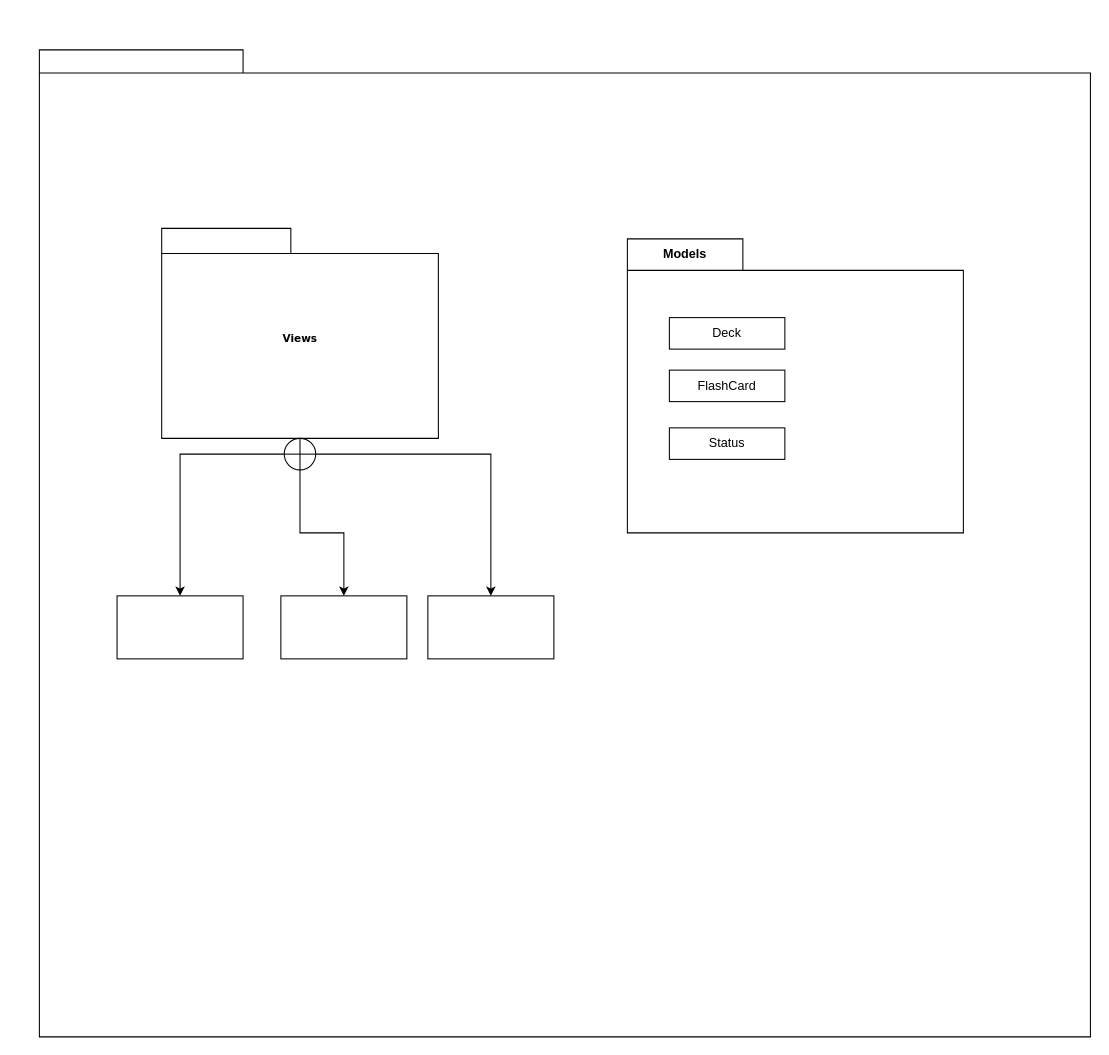
Above: package.drawio in wasimic311/uml (draw.io), before the change. Source tidied: cells renumbered, new cells numbered last; positions are measured from the earlier drawing's top-left corner, leaving out a move shared by most shapes. Both pictures are drawn from the tidied source at 105%, with x=0, y=0 at pixel (39, 49).
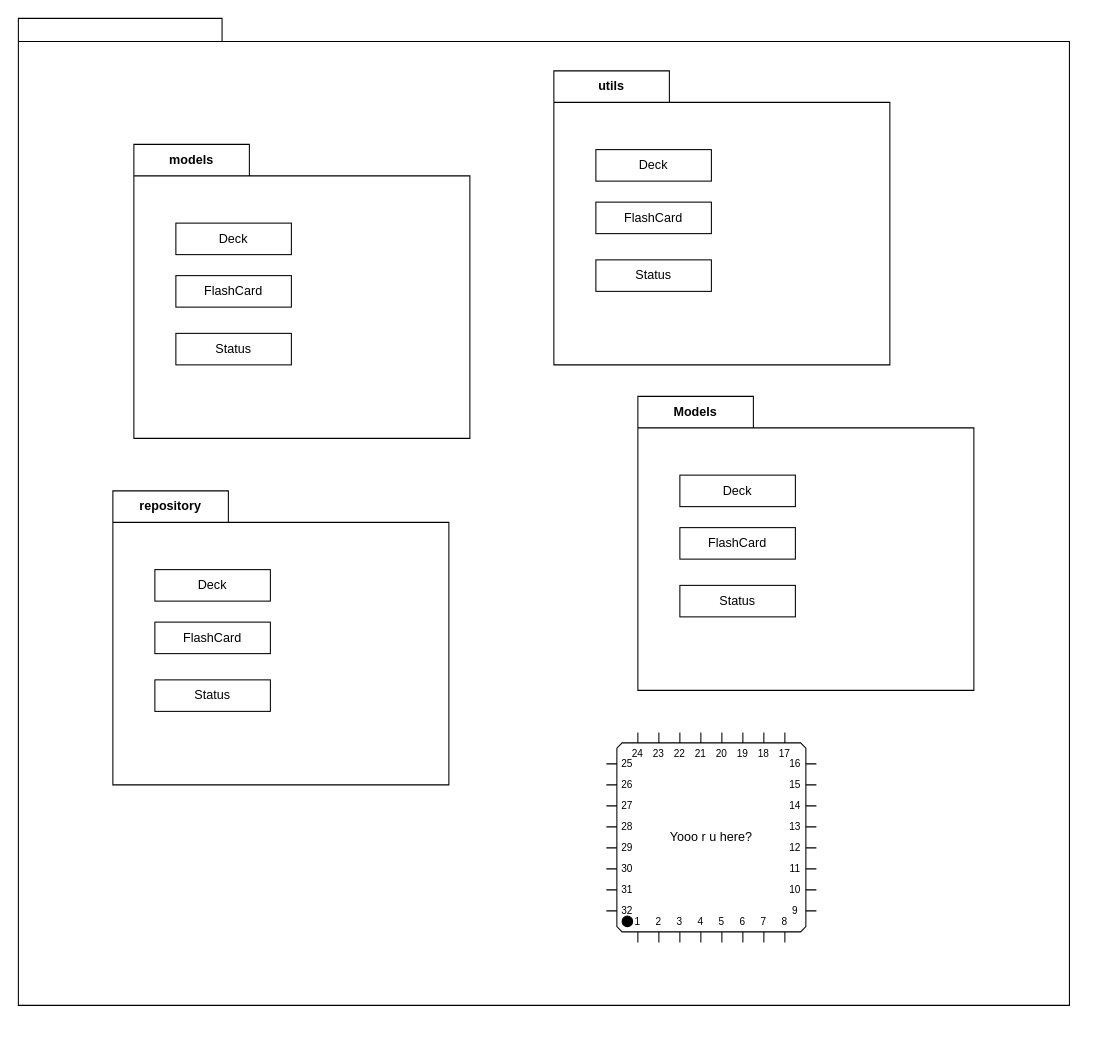
After the change.

What changed in the source:
```diff
@@
     <mxCell id="2" style="shape=folder;fontStyle=1;spacingTop=10;tabWidth=194;tabHeight=22;tabPosition=left;html=1;rounded=0;shadow=0;comic=0;labelBackgroundColor=none;strokeWidth=1;fillColor=none;fontFamily=Verdana;fontSize=10;align=center;" parent="1" vertex="1">
-      <mxGeometry width="1001" height="940" as="geometry" />
+      <mxGeometry x="-20" y="-30" width="1001" height="940" as="geometry" />
     </mxCell>
-    <mxCell id="3" value="Views" style="shape=folder;fontStyle=1;spacingTop=10;tabWidth=123;tabHeight=24;tabPosition=left;html=1;rounded=0;shadow=0;comic=0;labelBackgroundColor=none;strokeColor=#000000;strokeWidth=1;fillColor=#ffffff;fontFamily=Verdana;fontSize=10;fontColor=#000000;align=center;" parent="1" vertex="1">
-      <mxGeometry x="116.5" y="170" width="263.5" height="200" as="geometry" />
-    </mxCell>
-    <mxCell id="4" style="edgeStyle=orthogonalEdgeStyle;rounded=0;jettySize=auto;html=1;" parent="1" edge="1" source="7" target="8">
-      <mxGeometry relative="1" as="geometry" />
-    </mxCell>
-    <mxCell id="5" style="edgeStyle=orthogonalEdgeStyle;rounded=0;jettySize=auto;html=1;" parent="1" edge="1" source="7" target="9">
-      <mxGeometry relative="1" as="geometry" />
-    </mxCell>
-    <mxCell id="6" style="edgeStyle=orthogonalEdgeStyle;rounded=0;jettySize=auto;html=1;" parent="1" edge="1" source="7" target="10">
-      <mxGeometry relative="1" as="geometry" />
-    </mxCell>
-    <mxCell id="7" style="shape=orEllipse;perimeter=ellipsePerimeter;whiteSpace=wrap;html=1;backgroundOutline=1;" parent="1" vertex="1">
-      <mxGeometry x="233.2" y="370" width="30" height="30" as="geometry" />
-    </mxCell>
-    <mxCell id="8" style="whiteSpace=wrap;html=1;" parent="1" vertex="1">
-      <mxGeometry x="74" y="520" width="120" height="60" as="geometry" />
-    </mxCell>
-    <mxCell id="9" style="whiteSpace=wrap;html=1;" parent="1" vertex="1">
-      <mxGeometry x="230" y="520" width="120" height="60" as="geometry" />
-    </mxCell>
-    <mxCell id="10" style="whiteSpace=wrap;html=1;" parent="1" vertex="1">
-      <mxGeometry x="370" y="520" width="120" height="60" as="geometry" />
-    </mxCell>
-    <mxCell id="11" value="Models" style="shape=folder;fontStyle=1;tabWidth=110;tabHeight=30;tabPosition=left;html=1;boundedLbl=1;labelInHeader=1;whiteSpace=wrap;" parent="1" vertex="1">
-      <mxGeometry x="560" y="180" width="320" height="280" as="geometry" />
+    <mxCell id="11" value="models" style="shape=folder;fontStyle=1;tabWidth=110;tabHeight=30;tabPosition=left;html=1;boundedLbl=1;labelInHeader=1;whiteSpace=wrap;" parent="1" vertex="1">
+      <mxGeometry x="90" y="90" width="320" height="280" as="geometry" />
     </mxCell>
@@
+    <mxCell id="15" value="utils" style="shape=folder;fontStyle=1;tabWidth=110;tabHeight=30;tabPosition=left;html=1;boundedLbl=1;labelInHeader=1;whiteSpace=wrap;" parent="1" vertex="1">
+      <mxGeometry x="490" y="20" width="320" height="280" as="geometry" />
+    </mxCell>
+    <mxCell id="16" value="Deck" style="html=1;whiteSpace=wrap;" parent="15" vertex="1">
+      <mxGeometry width="110" height="30" relative="1" as="geometry">
+        <mxPoint x="40" y="75" as="offset" />
+      </mxGeometry>
+    </mxCell>
+    <mxCell id="17" value="FlashCard" style="html=1;whiteSpace=wrap;" parent="15" vertex="1">
+      <mxGeometry x="40" y="125" width="110" height="30" as="geometry" />
+    </mxCell>
+    <mxCell id="18" value="Status" style="html=1;whiteSpace=wrap;" parent="15" vertex="1">
+      <mxGeometry x="40" y="180" width="110" height="30" as="geometry" />
+    </mxCell>
+    <mxCell id="19" value="repository" style="shape=folder;fontStyle=1;tabWidth=110;tabHeight=30;tabPosition=left;html=1;boundedLbl=1;labelInHeader=1;whiteSpace=wrap;" parent="1" vertex="1">
+      <mxGeometry x="70" y="420" width="320" height="280" as="geometry" />
+    </mxCell>
+    <mxCell id="20" value="Deck" style="html=1;whiteSpace=wrap;" parent="19" vertex="1">
+      <mxGeometry width="110" height="30" relative="1" as="geometry">
+        <mxPoint x="40" y="75" as="offset" />
+      </mxGeometry>
+    </mxCell>
+    <mxCell id="21" value="FlashCard" style="html=1;whiteSpace=wrap;" parent="19" vertex="1">
+      <mxGeometry x="40" y="125" width="110" height="30" as="geometry" />
+    </mxCell>
+    <mxCell id="22" value="Status" style="html=1;whiteSpace=wrap;" parent="19" vertex="1">
+      <mxGeometry x="40" y="180" width="110" height="30" as="geometry" />
+    </mxCell>
+    <mxCell id="23" value="Models" style="shape=folder;fontStyle=1;tabWidth=110;tabHeight=30;tabPosition=left;html=1;boundedLbl=1;labelInHeader=1;whiteSpace=wrap;" parent="1" vertex="1">
+      <mxGeometry x="570" y="330" width="320" height="280" as="geometry" />
+    </mxCell>
+    <mxCell id="24" value="Deck" style="html=1;whiteSpace=wrap;" parent="23" vertex="1">
+      <mxGeometry width="110" height="30" relative="1" as="geometry">
+        <mxPoint x="40" y="75" as="offset" />
+      </mxGeometry>
+    </mxCell>
+    <mxCell id="25" value="FlashCard" style="html=1;whiteSpace=wrap;" parent="23" vertex="1">
+      <mxGeometry x="40" y="125" width="110" height="30" as="geometry" />
+    </mxCell>
+    <mxCell id="26" value="Status" style="html=1;whiteSpace=wrap;" parent="23" vertex="1">
+      <mxGeometry x="40" y="180" width="110" height="30" as="geometry" />
+    </mxCell>
+    <mxCell id="27" value="Yooo r u here?" style="shadow=0;dashed=0;align=center;html=1;strokeWidth=1;shape=mxgraph.electrical.logic_gates.qfp_ic;whiteSpace=wrap;labelNames=a,b,c,d,e,f,g,h,i,j,k,l,m,n,o,p,q,r,s,t,u,v,w,x,y,z,a1,b1,c1,d1,e1,f1,g1,h1,i1,j1,k1,l1,m1,n1;" parent="1" vertex="1">
+      <mxGeometry x="540" y="650" width="200" height="200" as="geometry" />
+    </mxCell>
```
